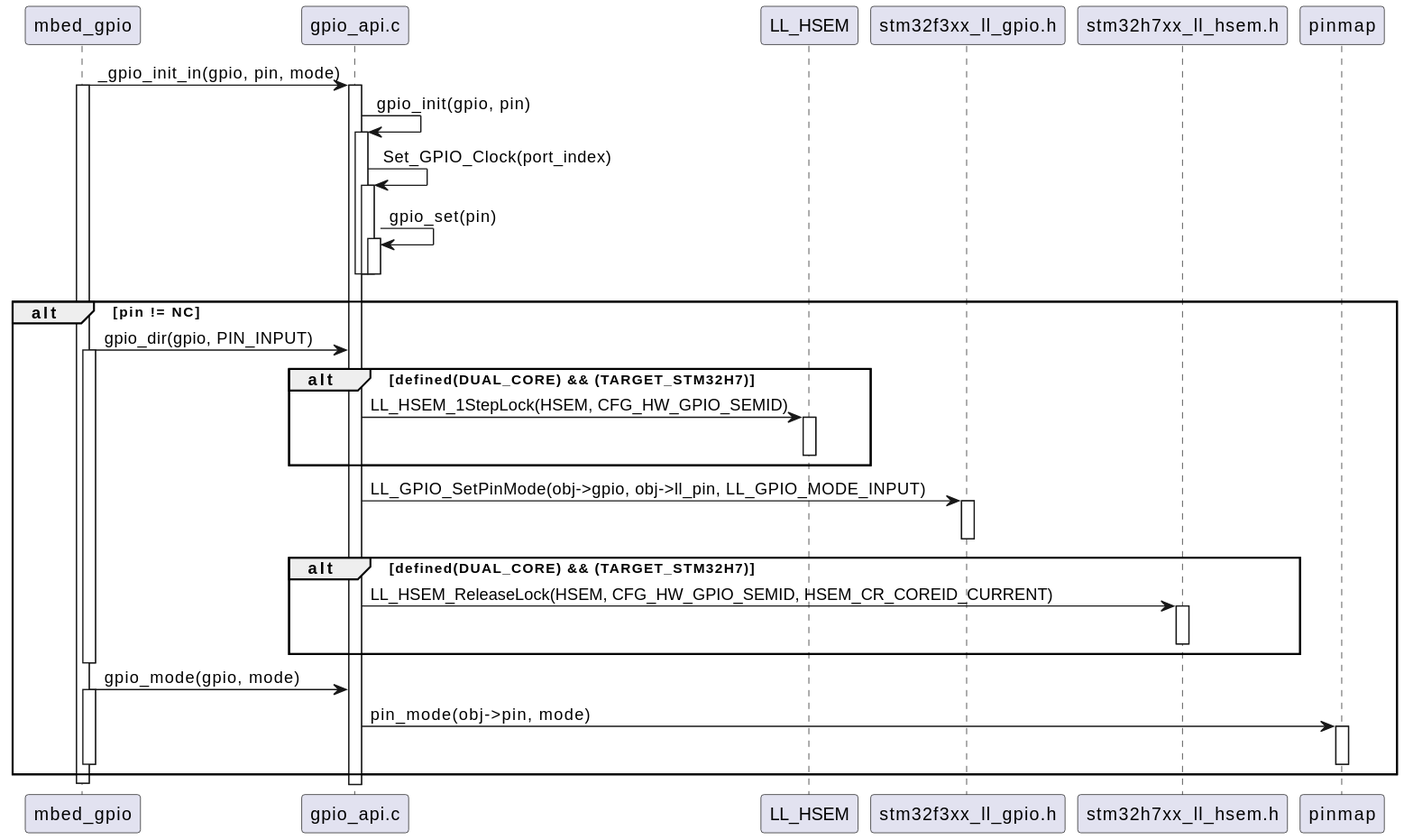
Bhagyani08/test_project keeps this PlantUML diagram as ai-design/sequence/_gpio_init_in.svg. Above is the earlier version.
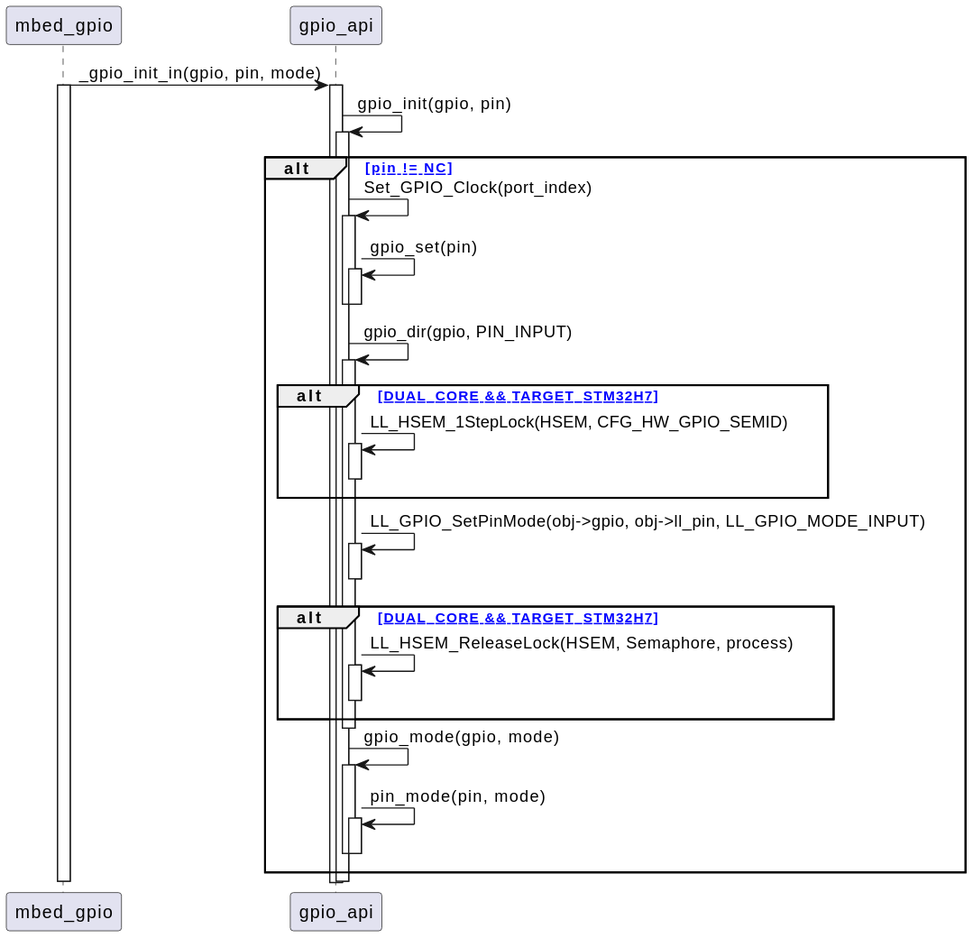
Above is the later version.

Commit message:
Auto-update AI design diagrams

What changed in the source:
```diff
@@ -1,56 +1,52 @@
 @startuml
-participant mbed_gpio
-participant gpio_api as "gpio_api.c"
-participant LL_HSEM
-participant stm32f3xx_ll_gpio as "stm32f3xx_ll_gpio.h"
-participant stm32h7xx_ll_hsem as "stm32h7xx_ll_hsem.h"
-participant pinmap
+participant "mbed_gpio" as Main
+participant "gpio_api" as GPIO
 
-mbed_gpio -> gpio_api: _gpio_init_in(gpio, pin, mode)
-activate mbed_gpio
-activate gpio_api
+Main -> GPIO : _gpio_init_in(gpio, pin, mode)
+activate Main
+activate GPIO
 
-gpio_api -> gpio_api: gpio_init(gpio, pin)
-activate gpio_api
+GPIO -> GPIO : gpio_init(gpio, pin)
+activate GPIO
+alt ["[pin != NC]"]
+    GPIO -> GPIO : Set_GPIO_Clock(port_index)
+    activate GPIO
 
-gpio_api -> gpio_api: Set_GPIO_Clock(port_index)
-activate gpio_api
+    GPIO -> GPIO : gpio_set(pin)
+    activate GPIO
 
-gpio_api -> gpio_api: gpio_set(pin)
-activate gpio_api
+    deactivate GPIO
+    deactivate GPIO
 
-deactivate gpio_api
-deactivate gpio_api
-deactivate gpio_api
-alt pin != NC
-    mbed_gpio -> gpio_api: gpio_dir(gpio, PIN_INPUT)
-    activate mbed_gpio
-alt defined(DUAL_CORE) && (TARGET_STM32H7)
-        gpio_api -> LL_HSEM: LL_HSEM_1StepLock(HSEM, CFG_HW_GPIO_SEMID)
-        activate LL_HSEM
-        deactivate LL_HSEM
+    GPIO -> GPIO : gpio_dir(gpio, PIN_INPUT)
+    activate GPIO
+alt ["[DUAL_CORE && TARGET_STM32H7]"]
+        GPIO -> GPIO : LL_HSEM_1StepLock(HSEM, CFG_HW_GPIO_SEMID)
+        activate GPIO
+
+        deactivate GPIO
     end
+    GPIO -> GPIO : LL_GPIO_SetPinMode(obj->gpio, obj->ll_pin, LL_GPIO_MODE_INPUT)
+    activate GPIO
 
-    gpio_api -> stm32f3xx_ll_gpio: LL_GPIO_SetPinMode(obj->gpio, obj->ll_pin, LL_GPIO_MODE_INPUT)
-    activate stm32f3xx_ll_gpio
-    deactivate stm32f3xx_ll_gpio
-alt defined(DUAL_CORE) && (TARGET_STM32H7)
-        gpio_api -> stm32h7xx_ll_hsem: LL_HSEM_ReleaseLock(HSEM, CFG_HW_GPIO_SEMID, HSEM_CR_COREID_CURRENT)
-        activate stm32h7xx_ll_hsem
-        deactivate stm32h7xx_ll_hsem
+    deactivate GPIO
+alt ["[DUAL_CORE && TARGET_STM32H7]"]
+        GPIO -> GPIO : LL_HSEM_ReleaseLock(HSEM, Semaphore, process)
+        activate GPIO
+
+        deactivate GPIO
     end
+    deactivate GPIO
 
-    deactivate mbed_gpio
+    GPIO -> GPIO : gpio_mode(gpio, mode)
+    activate GPIO
 
-    mbed_gpio -> gpio_api: gpio_mode(gpio, mode)
-    activate mbed_gpio
+    GPIO -> GPIO : pin_mode(pin, mode)
+    activate GPIO
 
-    gpio_api -> pinmap: pin_mode(obj->pin, mode)
-    activate pinmap
-    deactivate pinmap
-
-    deactivate mbed_gpio
+    deactivate GPIO
+    deactivate GPIO
 end
-
-deactivate mbed_gpio
+deactivate GPIO
+deactivate Main
 @enduml
```
